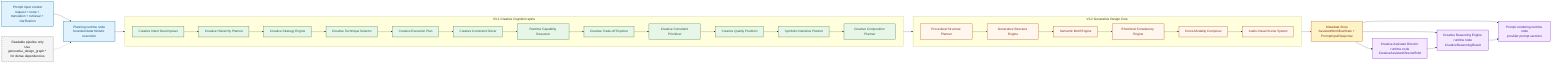
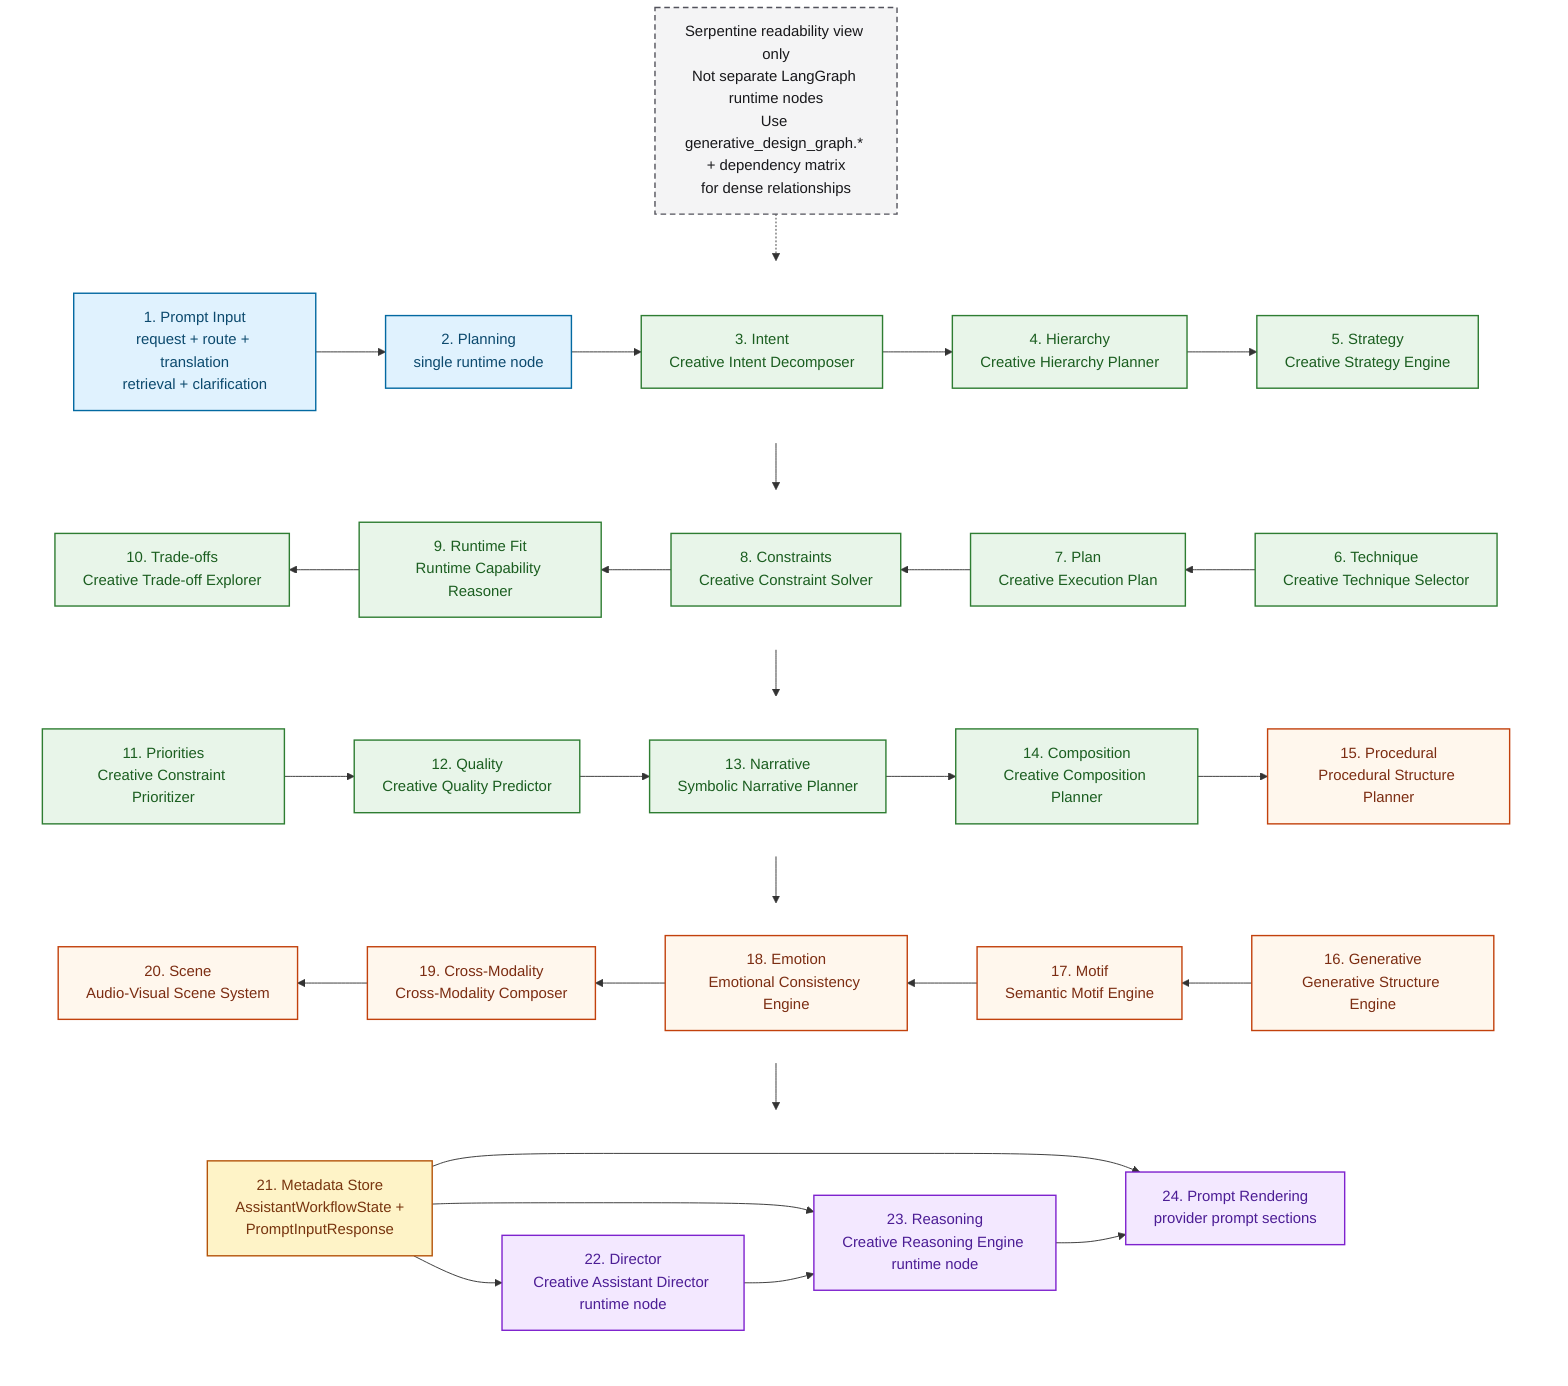
- flowchart LR
+ flowchart TB
    classDef runtime fill:#E0F2FE,stroke:#0369A1,color:#0C4A6E,stroke-width:1.5px;
    classDef cognition fill:#E8F5E9,stroke:#2E7D32,color:#1B5E20,stroke-width:1.5px;
    classDef design fill:#FFF7ED,stroke:#C2410C,color:#7C2D12,stroke-width:1.5px;
    classDef store fill:#FEF3C7,stroke:#B45309,color:#78350F,stroke-width:1.5px;
    classDef consumer fill:#F3E8FF,stroke:#7E22CE,color:#4C1D95,stroke-width:1.5px;
    classDef note fill:#F4F4F5,stroke:#52525B,color:#18181B,stroke-width:1.5px,stroke-dasharray: 6 4;

-     prompt_input["Prompt input context<br/>request + route + translation + retrieval + clarification"]:::runtime
-     planning["Planning runtime node<br/>bounded deterministic execution"]:::runtime
- 
-     subgraph cognition_core["V3.1 Creative Cognition spine"]
+     subgraph row_1[" "]
        direction LR
-         intent["Creative Intent Decomposer"]:::cognition
-         hierarchy["Creative Hierarchy Planner"]:::cognition
-         strategy["Creative Strategy Engine"]:::cognition
-         techniques["Creative Technique Selector"]:::cognition
-         plan["Creative Execution Plan"]:::cognition
-         constraints["Creative Constraint Solver"]:::cognition
-         runtime_reasoner["Runtime Capability Reasoner"]:::cognition
-         tradeoffs["Creative Trade-off Explorer"]:::cognition
-         priorities["Creative Constraint Prioritizer"]:::cognition
-         quality["Creative Quality Predictor"]:::cognition
-         narrative["Symbolic Narrative Planner"]:::cognition
-         composition["Creative Composition Planner"]:::cognition
+         prompt_input["1. Prompt Input<br/>request + route + translation<br/>retrieval + clarification"]:::runtime
+         planning["2. Planning<br/>single runtime node"]:::runtime
+         intent["3. Intent<br/>Creative Intent Decomposer"]:::cognition
+         hierarchy["4. Hierarchy<br/>Creative Hierarchy Planner"]:::cognition
+         strategy["5. Strategy<br/>Creative Strategy Engine"]:::cognition
    end

-     subgraph generative_design["V3.2 Generative Design Core"]
-         direction LR
-         procedural["Procedural Structure Planner"]:::design
-         generative["Generative Structure Engine"]:::design
-         motif["Semantic Motif Engine"]:::design
-         emotion["Emotional Consistency Engine"]:::design
-         cross["Cross-Modality Composer"]:::design
-         scene["Audio-Visual Scene System"]:::design
+     subgraph row_2[" "]
+         direction RL
+         techniques["6. Technique<br/>Creative Technique Selector"]:::cognition
+         plan["7. Plan<br/>Creative Execution Plan"]:::cognition
+         constraints["8. Constraints<br/>Creative Constraint Solver"]:::cognition
+         runtime_reasoner["9. Runtime Fit<br/>Runtime Capability Reasoner"]:::cognition
+         tradeoffs["10. Trade-offs<br/>Creative Trade-off Explorer"]:::cognition
    end

-     metadata_store["Metadata Store<br/>AssistantWorkflowState + PromptInputResponse"]:::store
-     director["Creative Assistant Director runtime node<br/>CreativeAssistantDirectorBrief"]:::consumer
-     reasoning["Creative Reasoning Engine runtime node<br/>CreativeReasoningResult"]:::consumer
-     prompt_rendering["Prompt rendering runtime node<br/>provider prompt sections"]:::consumer
-     note["Readable pipeline only<br/>Use generative_design_graph.* for dense dependencies"]:::note
+     subgraph row_3[" "]
+         direction LR
+         priorities["11. Priorities<br/>Creative Constraint Prioritizer"]:::cognition
+         quality["12. Quality<br/>Creative Quality Predictor"]:::cognition
+         narrative["13. Narrative<br/>Symbolic Narrative Planner"]:::cognition
+         composition["14. Composition<br/>Creative Composition Planner"]:::cognition
+         procedural["15. Procedural<br/>Procedural Structure Planner"]:::design
+     end

-     prompt_input --> planning --> intent --> hierarchy --> strategy --> techniques --> plan --> constraints --> runtime_reasoner --> tradeoffs --> priorities --> quality --> narrative --> composition --> procedural --> generative --> motif --> emotion --> cross --> scene
+     subgraph row_4[" "]
+         direction RL
+         generative["16. Generative<br/>Generative Structure Engine"]:::design
+         motif["17. Motif<br/>Semantic Motif Engine"]:::design
+         emotion["18. Emotion<br/>Emotional Consistency Engine"]:::design
+         cross["19. Cross-Modality<br/>Cross-Modality Composer"]:::design
+         scene["20. Scene<br/>Audio-Visual Scene System"]:::design
+     end
+ 
+     subgraph row_5[" "]
+         direction LR
+         metadata_store["21. Metadata Store<br/>AssistantWorkflowState +<br/>PromptInputResponse"]:::store
+         director["22. Director<br/>Creative Assistant Director runtime node"]:::consumer
+         reasoning["23. Reasoning<br/>Creative Reasoning Engine runtime node"]:::consumer
+         prompt_rendering["24. Prompt Rendering<br/>provider prompt sections"]:::consumer
+     end
+ 
+     note["Serpentine readability view only<br/>Not separate LangGraph runtime nodes<br/>Use generative_design_graph.* + dependency matrix<br/>for dense relationships"]:::note
+ 
+     prompt_input --> planning --> intent --> hierarchy --> strategy
+     strategy --> techniques --> plan --> constraints --> runtime_reasoner --> tradeoffs
+     tradeoffs --> priorities --> quality --> narrative --> composition --> procedural
+     procedural --> generative --> motif --> emotion --> cross --> scene
    scene --> metadata_store
    metadata_store --> director
    metadata_store --> reasoning
    metadata_store --> prompt_rendering
    director --> reasoning --> prompt_rendering
    note -.-> planning
+ 
+     style row_1 fill:none,stroke:none
+     style row_2 fill:none,stroke:none
+     style row_3 fill:none,stroke:none
+     style row_4 fill:none,stroke:none
+     style row_5 fill:none,stroke:none
